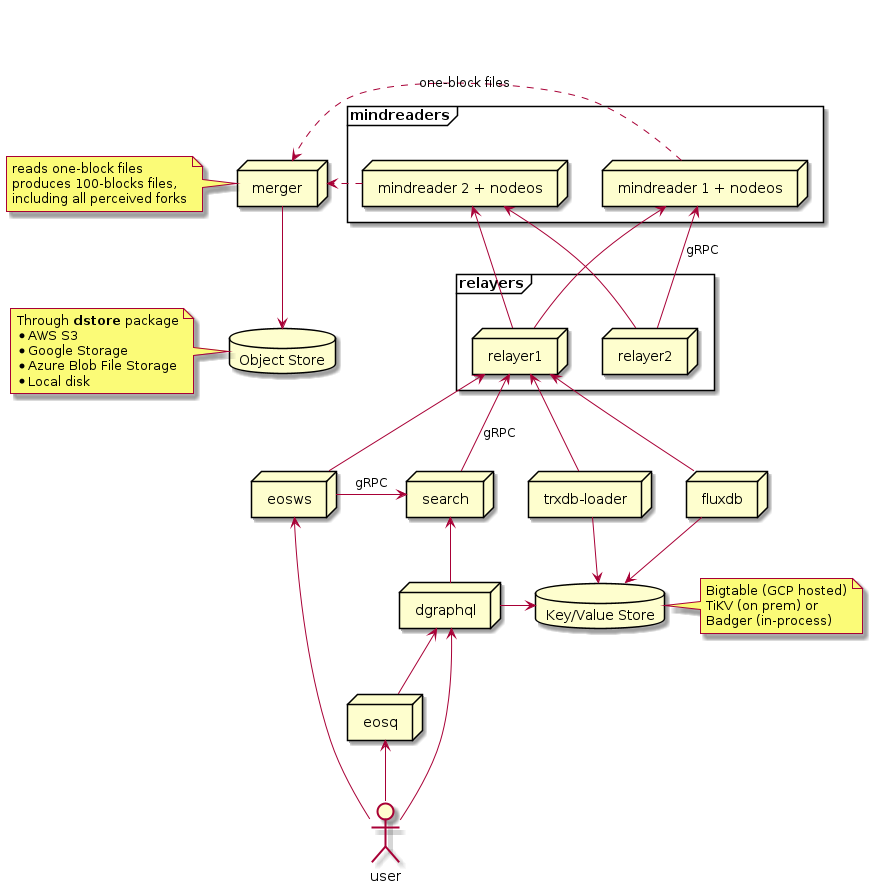
This is static/drawings/general_architecture.png from dfuse-io/docs, a PlantUML export, as it was before one commit.
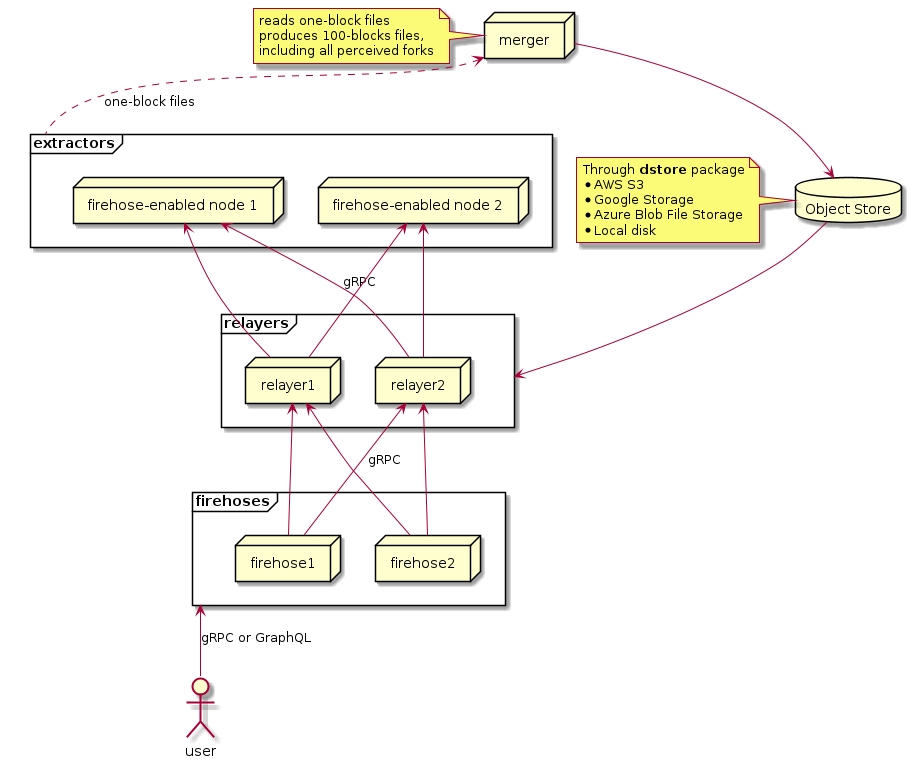
After the commit.

The edit, as a diff of the source:
```diff
@@ -1,18 +1,14 @@
 @startuml
 
-frame mindreaders {
-  node "mindreader 1 + nodeos" as mindreader1
-  node "mindreader 2 + nodeos" as mindreader2
+frame extractors {
+  node "firehose-enabled node 1" as extractor1
+  node "firehose-enabled node 2" as extractor2
 }
 
 frame relayers {
   node relayer1
   node relayer2
 }
-
-node eosq
-node eosws
-node dgraphql
 
 node merger
 note left of merger
@@ -21,29 +17,22 @@
   including all perceived forks
 end note
 
-node search
+frame firehoses {
+  node firehose1
+  node firehose2
+}
 
-node "trxdb-loader" as trxdbLoader
-node fluxdb
+extractor1 <-- relayer1
+extractor1 <-- relayer2 : gRPC
+extractor2 <-- relayer1
+extractor2 <-- relayer2
 
-database "Key/Value Store" as kvstore
-note right of kvstore
-  Bigtable (GCP hosted)
-  TiKV (on prem) or
-  Badger (in-process)
-end note
+merger <. extractors : one-block files
 
-mindreader1 <-- relayer1
-mindreader1 <-- relayer2 : gRPC
-mindreader2 <-- relayer1
-mindreader2 <-- relayer2
-
-mindreader1 .> merger : one-block files
-mindreader2 .> merger
-
-database "Object Store" as s3
-merger --> s3
-note left of s3
+database "Object Store" as dstore
+merger --> dstore
+dstore --> relayers
+note left of dstore
   Through **dstore** package
   * AWS S3
   * Google Storage
@@ -51,24 +40,14 @@
   * Local disk
 end note
 
+relayer1 <-- firehose1
+relayer2 <-- firehose1 : gRPC
+relayer1 <-- firehose2
+relayer2 <-- firehose2
 
-dgraphql <-- eosq
-relayer1 <-- eosws
-eosws -> search : gRPC
-relayer1 <-- search : gRPC
-search <-- dgraphql
-dgraphql -> kvstore
-
-relayer1 <-- fluxdb
-relayer1 <-- trxdbLoader
-
-fluxdb --> kvstore
-trxdbLoader --> kvstore
 
 actor user
 
-eosws <-- user
-eosq <-- user
-dgraphql <-- user
+firehoses <-- user : gRPC or GraphQL
 
 @enduml
```
